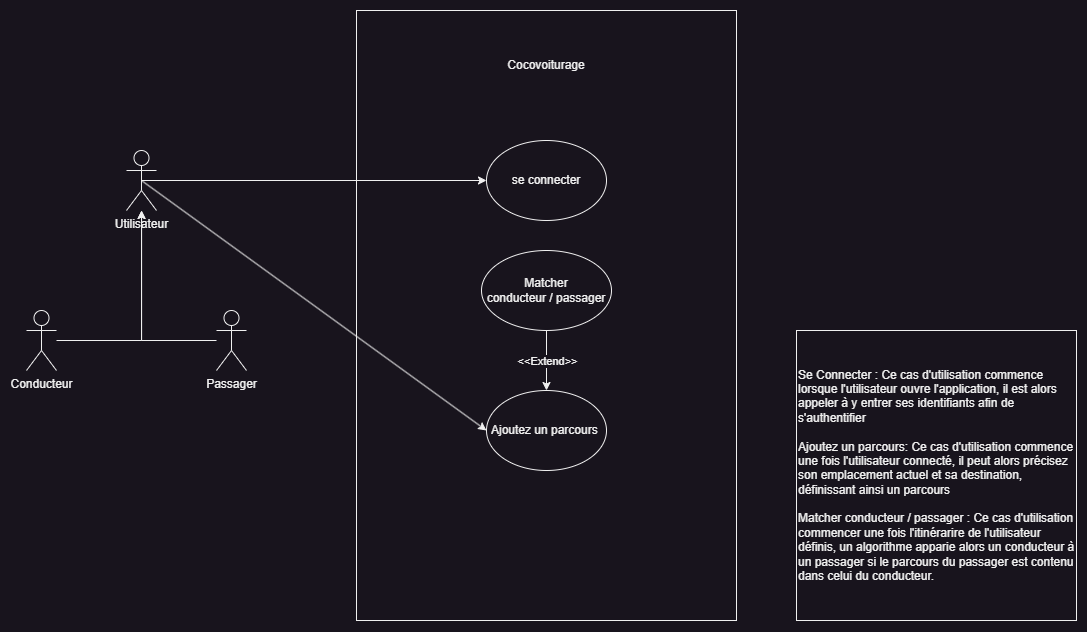
This is diagramme_use_cases_tp.drawio.png from FructueuxHollo/TP_Genie_logiciel_GMM_2_2023_2024, a draw.io export, as it was before one commit. Source tidied: cells renumbered, new cells last; positions are measured from the earlier drawing's top-left corner, leaving out a move shared by most shapes.
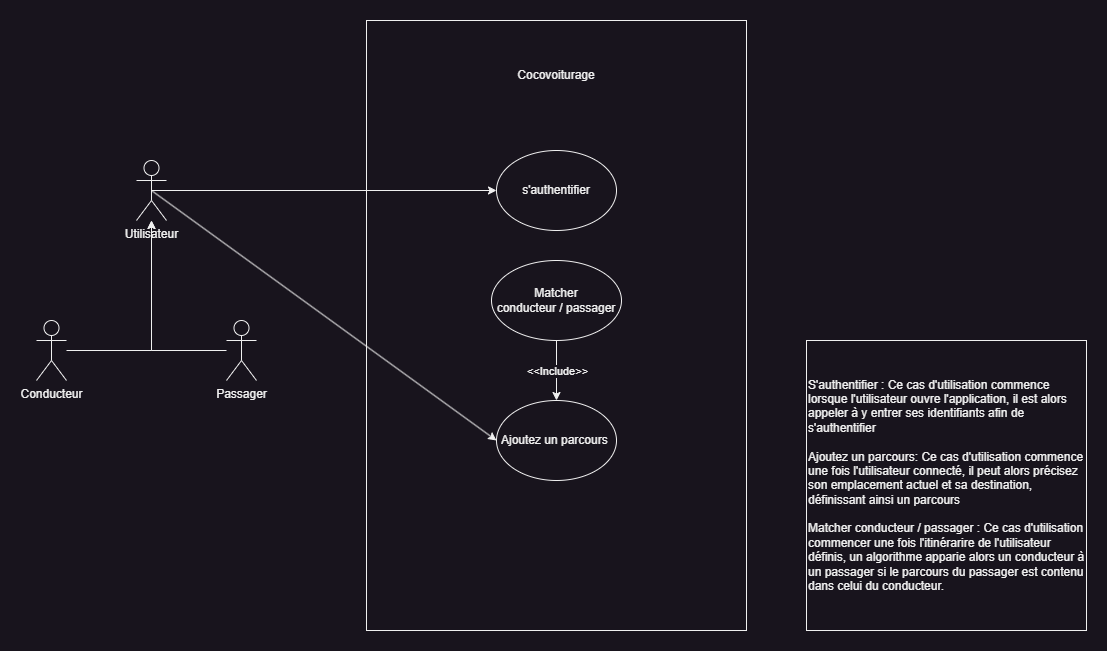
After the change.

The edit, as a diff of the source:
```diff
@@ -17,7 +17,7 @@
     <mxCell id="6" value="Utilisateur" style="shape=umlActor;verticalLabelPosition=bottom;verticalAlign=top;html=1;outlineConnect=0;" parent="1" vertex="1">
       <mxGeometry x="100" y="140" width="30" height="60" as="geometry" />
     </mxCell>
-    <mxCell id="7" value="se connecter" style="ellipse;whiteSpace=wrap;html=1;" parent="1" vertex="1">
+    <mxCell id="7" value="s'authentifier" style="ellipse;whiteSpace=wrap;html=1;" parent="1" vertex="1">
       <mxGeometry x="460" y="130" width="120" height="80" as="geometry" />
     </mxCell>
     <mxCell id="8" value="Ajoutez un parcours&amp;nbsp;" style="ellipse;whiteSpace=wrap;html=1;" parent="1" vertex="1">
@@ -29,10 +29,10 @@
     <mxCell id="10" style="endArrow=classic;html=1;rounded=0;exitX=0.5;exitY=1;exitDx=0;exitDy=0;entryX=0.5;entryY=0;entryDx=0;entryDy=0;" parent="1" edge="1" source="9" target="8">
       <mxGeometry relative="1" as="geometry" />
     </mxCell>
-    <mxCell id="11" value="&amp;lt;&amp;lt;Extend&amp;gt;&amp;gt;" style="edgeLabel;html=1;align=center;verticalAlign=middle;" parent="10" vertex="1">
+    <mxCell id="11" value="&amp;lt;&amp;lt;Include&amp;gt;&amp;gt;" style="edgeLabel;html=1;align=center;verticalAlign=middle;" parent="10" vertex="1">
       <mxGeometry relative="1" as="geometry" />
     </mxCell>
-    <mxCell id="12" value="Se Connecter : Ce cas d'utilisation commence lorsque l'utilisateur ouvre l'application, il est alors appeler à y entrer ses identifiants afin de s'authentifier&amp;nbsp;&lt;br&gt;&lt;br&gt;Ajoutez un parcours: Ce cas d'utilisation commence une fois l'utilisateur connecté, il peut alors précisez son emplacement actuel et sa destination, définissant ainsi un parcours&amp;nbsp;&lt;br&gt;&lt;br&gt;Matcher conducteur / passager : Ce cas d'utilisation commencer une fois l'itinérarire de l'utilisateur définis, un algorithme apparie alors un conducteur à un passager si le parcours du passager est contenu dans celui du conducteur.&amp;nbsp;" style="rounded=0;whiteSpace=wrap;html=1;align=left;" parent="1" vertex="1">
+    <mxCell id="12" value="S'authentifier : Ce cas d'utilisation commence lorsque l'utilisateur ouvre l'application, il est alors appeler à y entrer ses identifiants afin de s'authentifier&amp;nbsp;&lt;br&gt;&lt;br&gt;Ajoutez un parcours: Ce cas d'utilisation commence une fois l'utilisateur connecté, il peut alors précisez son emplacement actuel et sa destination, définissant ainsi un parcours&amp;nbsp;&lt;br&gt;&lt;br&gt;Matcher conducteur / passager : Ce cas d'utilisation commencer une fois l'itinérarire de l'utilisateur définis, un algorithme apparie alors un conducteur à un passager si le parcours du passager est contenu dans celui du conducteur.&amp;nbsp;" style="rounded=0;whiteSpace=wrap;html=1;align=left;" parent="1" vertex="1">
       <mxGeometry x="770" y="320" width="280" height="290" as="geometry" />
     </mxCell>
     <mxCell id="13" style="edgeStyle=orthogonalEdgeStyle;rounded=0;jettySize=auto;html=1;" parent="1" edge="1" source="14" target="6">
```
